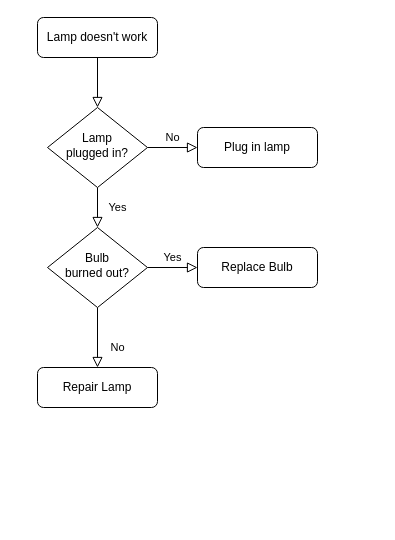
This is Диаграмма без названия.drawio from DezerMillerW/test-site, a draw.io file, before an edit. Source tidied: cells renumbered, new cells numbered last; positions are measured from the earlier drawing's top-left corner, leaving out a move shared by most shapes. Both pictures are drawn from the tidied source at 100%, with x=0, y=0 at pixel (37, 17).
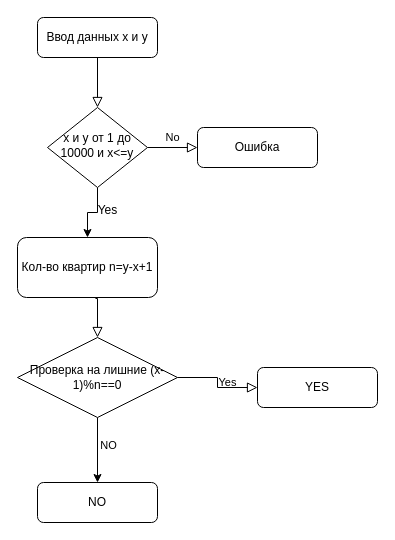
The same diagram, later.

Change to the diagram source:
```diff
@@
 <mxGraphModel>
   <root>
     <mxCell id="0" />
     <mxCell id="1" parent="0" />
     <mxCell id="2" style="rounded=0;html=1;jettySize=auto;fontSize=11;endArrow=block;endFill=0;endSize=8;strokeWidth=1;shadow=0;labelBackgroundColor=none;edgeStyle=orthogonalEdgeStyle;" parent="1" edge="1" source="3" target="6">
       <mxGeometry relative="1" as="geometry" />
     </mxCell>
-    <mxCell id="3" value="Lamp doesn't work" style="rounded=1;whiteSpace=wrap;html=1;fontSize=12;glass=0;strokeWidth=1;shadow=0;" parent="1" vertex="1">
+    <mxCell id="3" value="Ввод данных x и y" style="rounded=1;whiteSpace=wrap;html=1;fontSize=12;glass=0;strokeWidth=1;shadow=0;" parent="1" vertex="1">
       <mxGeometry width="120" height="40" as="geometry" />
     </mxCell>
-    <mxCell id="4" value="Yes" style="rounded=0;html=1;jettySize=auto;fontSize=11;endArrow=block;endFill=0;endSize=8;strokeWidth=1;shadow=0;labelBackgroundColor=none;edgeStyle=orthogonalEdgeStyle;" parent="1" edge="1" source="6" target="10">
-      <mxGeometry y="20" relative="1" as="geometry" />
-    </mxCell>
     <mxCell id="5" value="No" style="edgeStyle=orthogonalEdgeStyle;rounded=0;html=1;jettySize=auto;fontSize=11;endArrow=block;endFill=0;endSize=8;strokeWidth=1;shadow=0;labelBackgroundColor=none;" parent="1" edge="1" source="6" target="7">
       <mxGeometry y="10" relative="1" as="geometry" />
     </mxCell>
+    <mxCell id="13" style="edgeStyle=orthogonalEdgeStyle;rounded=0;jettySize=auto;html=1;" parent="1" edge="1" source="6" target="14">
+      <mxGeometry relative="1" as="geometry" />
+    </mxCell>
-    <mxCell id="6" value="Lamp&lt;br&gt;plugged in?" style="rhombus;whiteSpace=wrap;html=1;shadow=0;fontFamily=Helvetica;fontSize=12;align=center;strokeWidth=1;spacing=6;spacingTop=-4;" parent="1" vertex="1">
+    <mxCell id="6" value="x и y от 1 до 10000 и x&amp;lt;=y" style="rhombus;whiteSpace=wrap;html=1;shadow=0;fontFamily=Helvetica;fontSize=12;align=center;strokeWidth=1;spacing=6;spacingTop=-4;" parent="1" vertex="1">
       <mxGeometry x="10" y="90" width="100" height="80" as="geometry" />
     </mxCell>
-    <mxCell id="7" value="Plug in lamp" style="rounded=1;whiteSpace=wrap;html=1;fontSize=12;glass=0;strokeWidth=1;shadow=0;" parent="1" vertex="1">
+    <mxCell id="7" value="Ошибка" style="rounded=1;whiteSpace=wrap;html=1;fontSize=12;glass=0;strokeWidth=1;shadow=0;" parent="1" vertex="1">
       <mxGeometry x="160" y="110" width="120" height="40" as="geometry" />
     </mxCell>
-    <mxCell id="8" value="No" style="rounded=0;html=1;jettySize=auto;fontSize=11;endArrow=block;endFill=0;endSize=8;strokeWidth=1;shadow=0;labelBackgroundColor=none;edgeStyle=orthogonalEdgeStyle;" parent="1" edge="1" source="10" target="11">
+    <mxCell id="8" style="rounded=0;html=1;jettySize=auto;fontSize=11;endArrow=block;endFill=0;endSize=8;strokeWidth=1;shadow=0;labelBackgroundColor=none;edgeStyle=orthogonalEdgeStyle;entryX=0.5;entryY=0;entryDx=0;entryDy=0;exitX=0.557;exitY=1.017;exitDx=0;exitDy=0;exitPerimeter=0;" parent="1" edge="1" source="14" target="17">
       <mxGeometry x="0.33" y="20" relative="1" as="geometry" />
     </mxCell>
-    <mxCell id="9" value="Yes" style="edgeStyle=orthogonalEdgeStyle;rounded=0;html=1;jettySize=auto;fontSize=11;endArrow=block;endFill=0;endSize=8;strokeWidth=1;shadow=0;labelBackgroundColor=none;" parent="1" edge="1" source="10" target="12">
+    <mxCell id="9" value="Yes" style="edgeStyle=orthogonalEdgeStyle;rounded=0;html=1;jettySize=auto;fontSize=11;endArrow=block;endFill=0;endSize=8;strokeWidth=1;shadow=0;labelBackgroundColor=none;exitX=1;exitY=0.5;exitDx=0;exitDy=0;" parent="1" edge="1" source="17" target="12">
       <mxGeometry y="10" relative="1" as="geometry" />
     </mxCell>
-    <mxCell id="10" value="Bulb&lt;br&gt;burned out?" style="rhombus;whiteSpace=wrap;html=1;shadow=0;fontFamily=Helvetica;fontSize=12;align=center;strokeWidth=1;spacing=6;spacingTop=-4;" parent="1" vertex="1">
-      <mxGeometry x="10" y="210" width="100" height="80" as="geometry" />
-    </mxCell>
-    <mxCell id="11" value="Repair Lamp" style="rounded=1;whiteSpace=wrap;html=1;fontSize=12;glass=0;strokeWidth=1;shadow=0;" parent="1" vertex="1">
-      <mxGeometry y="350" width="120" height="40" as="geometry" />
+    <mxCell id="11" value="NO" style="rounded=1;whiteSpace=wrap;html=1;fontSize=12;glass=0;strokeWidth=1;shadow=0;" parent="1" vertex="1">
+      <mxGeometry y="465" width="120" height="40" as="geometry" />
     </mxCell>
-    <mxCell id="12" value="Replace Bulb" style="rounded=1;whiteSpace=wrap;html=1;fontSize=12;glass=0;strokeWidth=1;shadow=0;" parent="1" vertex="1">
-      <mxGeometry x="160" y="230" width="120" height="40" as="geometry" />
+    <mxCell id="12" value="YES" style="rounded=1;whiteSpace=wrap;html=1;fontSize=12;glass=0;strokeWidth=1;shadow=0;" parent="1" vertex="1">
+      <mxGeometry x="220" y="350" width="120" height="40" as="geometry" />
     </mxCell>
+    <mxCell id="14" value="Кол-во квартир n=y-x+1" style="rounded=1;whiteSpace=wrap;html=1;" parent="1" vertex="1">
+      <mxGeometry x="-20" y="220" width="140" height="60" as="geometry" />
+    </mxCell>
+    <mxCell id="4" value="Yes" style="text;html=1;align=center;verticalAlign=middle;strokeColor=none;fillColor=none;" parent="1" vertex="1">
+      <mxGeometry x="50" y="178" width="40" height="30" as="geometry" />
+    </mxCell>
+    <mxCell id="15" style="edgeStyle=orthogonalEdgeStyle;rounded=0;jettySize=auto;html=1;" parent="1" edge="1" source="17" target="11">
+      <mxGeometry relative="1" as="geometry" />
+    </mxCell>
+    <mxCell id="16" value="NO" style="edgeLabel;html=1;align=center;verticalAlign=middle;" parent="15" vertex="1">
+      <mxGeometry x="-0.17" y="-2" relative="1" as="geometry">
+        <mxPoint x="12" as="offset" />
+      </mxGeometry>
+    </mxCell>
+    <mxCell id="17" value="Проверка на лишние (x-1)%n==0" style="rhombus;whiteSpace=wrap;html=1;" parent="1" vertex="1">
+      <mxGeometry x="-20" y="320" width="160" height="80" as="geometry" />
+    </mxCell>
   </root>
 </mxGraphModel>
```
